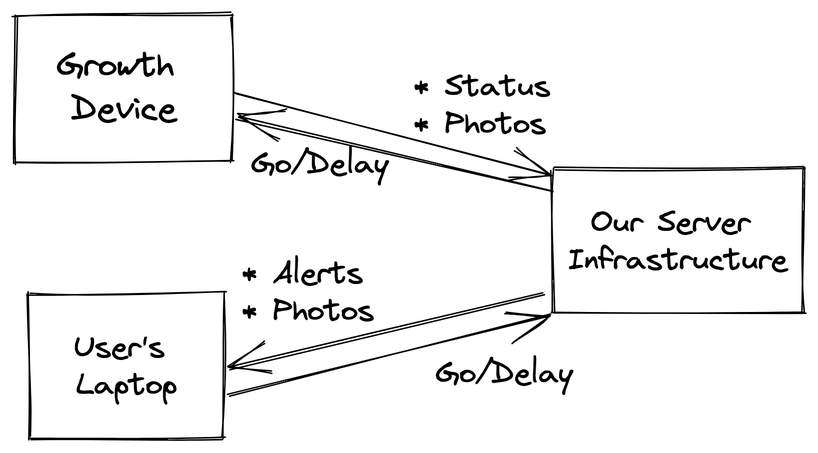
Before: high-level.excalidraw.png, a diagram exported from Excalidraw (alsuren/interview-2022-10-31). Source tidied: one line per element, renumbered; positions are measured from the earlier drawing's top-left corner, leaving out a move shared by most shapes.
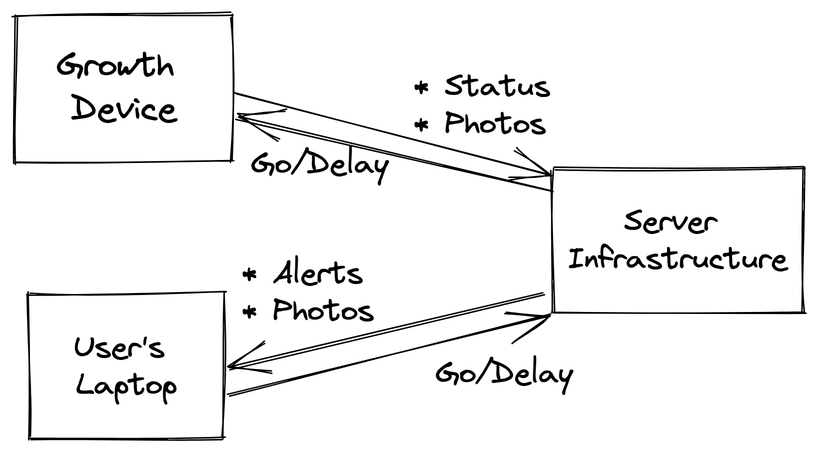
Above is the later version.

The edit, as a diff of the source:
```diff
@@ -1,7 +1,7 @@
 {"id": 0, "type": "rectangle", "strokeColor": "#000000", "strokeWidth": 1, "roughness": 1, "x": 0, "y": 0, "width": 145, "height": 98}
 {"id": 1, "type": "text", "text": "Growth \nDevice", "strokeColor": "#000000", "strokeWidth": 1, "roughness": 1, "fontSize": 22.67, "fontFamily": 1, "textAlign": "center", "verticalAlign": "middle", "inside": 0, "x": 5, "y": 20, "width": 135, "height": 58}
 {"id": 2, "type": "rectangle", "strokeColor": "#000000", "strokeWidth": 1, "roughness": 1, "x": 359, "y": 102, "width": 167, "height": 97}
-{"id": 3, "type": "text", "text": "Our Server \nInfrastructure", "strokeColor": "#000000", "strokeWidth": 1, "roughness": 1, "fontSize": 20, "fontFamily": 1, "textAlign": "center", "verticalAlign": "middle", "inside": 2, "x": 368, "y": 126, "width": 148, "height": 50}
+{"id": 3, "type": "text", "text": "Server \nInfrastructure", "strokeColor": "#000000", "strokeWidth": 1, "roughness": 1, "fontSize": 20, "fontFamily": 1, "textAlign": "center", "verticalAlign": "middle", "inside": 2, "x": 364, "y": 125, "width": 157, "height": 50}
 {"id": 4, "type": "rectangle", "strokeColor": "#000000", "strokeWidth": 1, "roughness": 1, "x": 10, "y": 185, "width": 130, "height": 97}
 {"id": 5, "type": "text", "text": "User's \nLaptop", "strokeColor": "#000000", "strokeWidth": 1, "roughness": 1, "fontSize": 20, "fontFamily": 1, "textAlign": "center", "verticalAlign": "middle", "inside": 4, "x": 39, "y": 209, "width": 72, "height": 50}
 {"id": 6, "type": "arrow", "strokeColor": "#000000", "strokeWidth": 1, "roughness": 1, "endArrowhead": "arrow", "from": 4, "to": 2, "x": 143, "y": 254, "width": 213, "height": 55, "points": [[0, 0], [213, -55]]}
```
